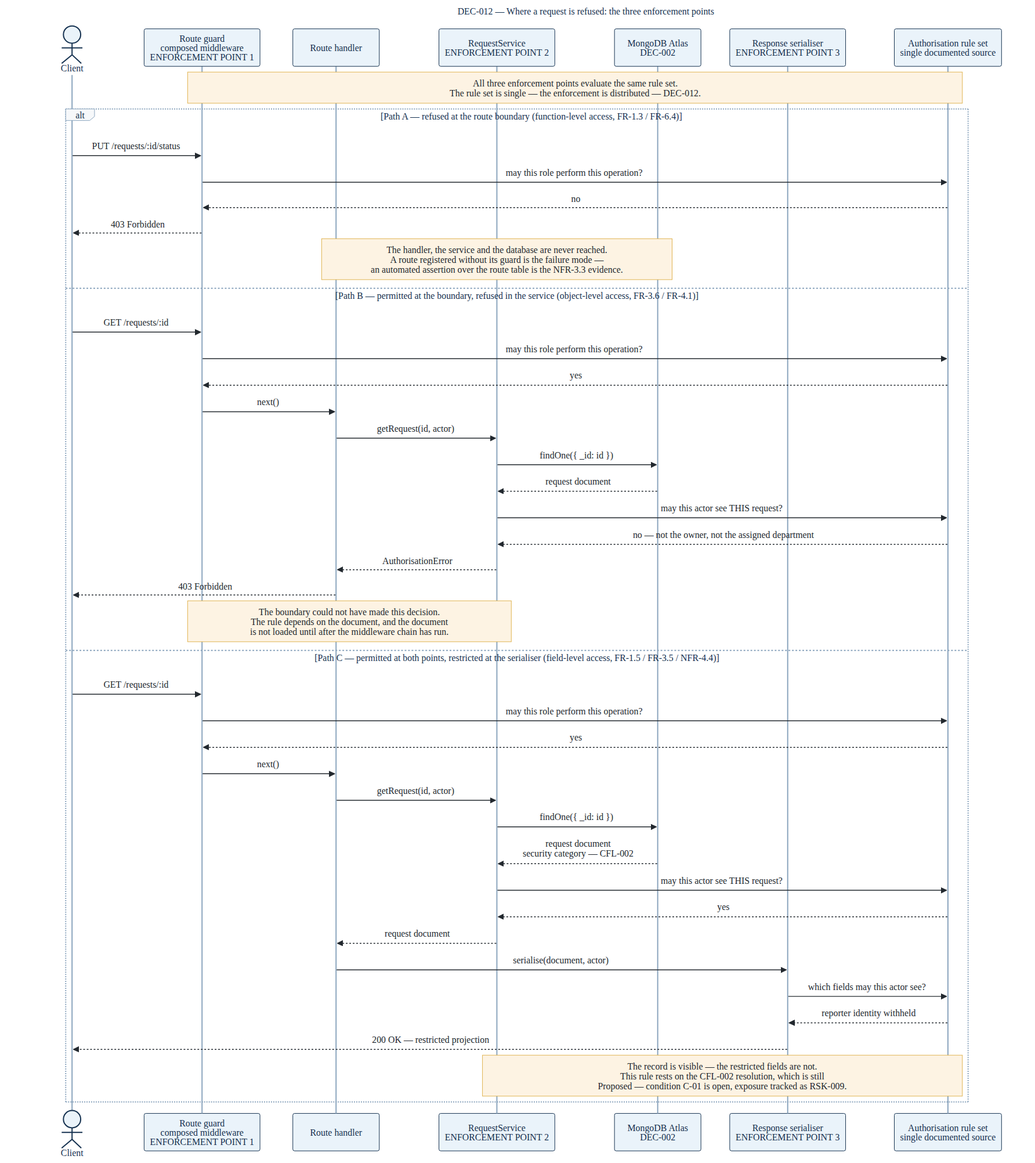
Earlier version of the Mermaid export docs/PED/PED/Media/dec012.png (SEN381-org/Ticketing-System). Its source is kept beside it as docs/decisions/Diagrams/dec012.mmd. The source it was exported from:
```mermaid
---
title: "DEC-012 — Where a request is refused: the three enforcement points"
config:
  theme: base
  themeVariables:
    fontFamily: "Helvetica, Arial, sans-serif"
    primaryColor: "#eaf3fa"
    primaryBorderColor: "#14304f"
    primaryTextColor: "#14304f"
    actorBkg: "#eaf3fa"
    actorBorder: "#14304f"
    actorTextColor: "#14304f"
    actorLineColor: "#8aa4bd"
    signalColor: "#22282e"
    signalTextColor: "#22282e"
    labelBoxBkgColor: "#f6f8fa"
    labelBoxBorderColor: "#8aa4bd"
    labelTextColor: "#14304f"
    noteBkgColor: "#fdf3e3"
    noteBorderColor: "#e0b350"
    noteTextColor: "#22282e"
    sequenceNumberColor: "#ffffff"
    activationBkgColor: "#14304f"
---
sequenceDiagram

  actor C as Client
  participant G as Route guard<br/>composed middleware<br/>ENFORCEMENT POINT 1
  participant H as Route handler
  participant S as RequestService<br/>ENFORCEMENT POINT 2
  participant DB as MongoDB Atlas<br/>DEC-002
  participant Z as Response serialiser<br/>ENFORCEMENT POINT 3
  participant R as Authorisation rule set<br/>single documented source

  Note over G,R: All three enforcement points evaluate the same rule set.<br/>The rule set is single — the enforcement is distributed — DEC-012.

  alt Path A — refused at the route boundary (function-level access, FR-1.3 / FR-6.4)
    C->>G: PUT /requests/:id/status
    G->>R: may this role perform this operation?
    R-->>G: no
    G-->>C: 403 Forbidden
    Note over H,DB: The handler, the service and the database are never reached.<br/>A route registered without its guard is the failure mode —<br/>an automated assertion over the route table is the NFR-3.3 evidence.

  else Path B — permitted at the boundary, refused in the service (object-level access, FR-3.6 / FR-4.1)
    C->>G: GET /requests/:id
    G->>R: may this role perform this operation?
    R-->>G: yes
    G->>H: next()
    H->>S: getRequest(id, actor)
    S->>DB: findOne({ _id: id })
    DB-->>S: request document
    S->>R: may this actor see THIS request?
    R-->>S: no — not the owner, not the assigned department
    S-->>H: AuthorisationError
    H-->>C: 403 Forbidden
    Note over G,S: The boundary could not have made this decision.<br/>The rule depends on the document, and the document<br/>is not loaded until after the middleware chain has run.

  else Path C — permitted at both points, restricted at the serialiser (field-level access, FR-1.5 / FR-3.5 / NFR-4.4)
    C->>G: GET /requests/:id
    G->>R: may this role perform this operation?
    R-->>G: yes
    G->>H: next()
    H->>S: getRequest(id, actor)
    S->>DB: findOne({ _id: id })
    DB-->>S: request document<br/>security category — CFL-002
    S->>R: may this actor see THIS request?
    R-->>S: yes
    S-->>H: request document
    H->>Z: serialise(document, actor)
    Z->>R: which fields may this actor see?
    R-->>Z: reporter identity withheld
    Z-->>C: 200 OK — restricted projection
    Note over S,R: The record is visible — the restricted fields are not.<br/>This rule rests on the CFL-002 resolution, which is still<br/>Proposed — condition C-01 is open, exposure tracked as RSK-009.
  end
```
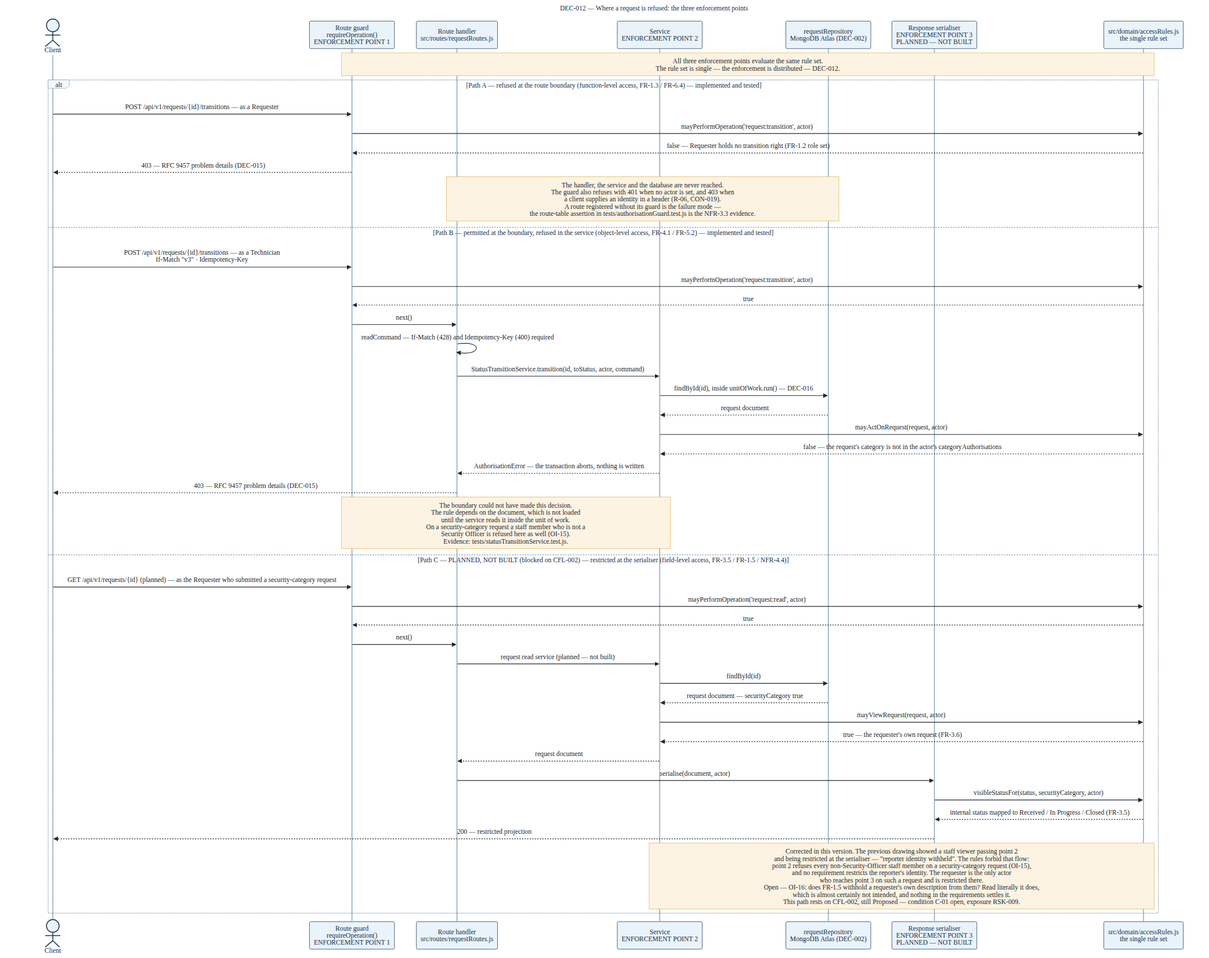
The same diagram one commit later.

Commit message:
Correct the DEC-011 and DEC-012 diagrams against the code

Diff of the diagram source:
```diff
@@ -25,50 +25,51 @@
 sequenceDiagram
 
   actor C as Client
-  participant G as Route guard<br/>composed middleware<br/>ENFORCEMENT POINT 1
-  participant H as Route handler
-  participant S as RequestService<br/>ENFORCEMENT POINT 2
-  participant DB as MongoDB Atlas<br/>DEC-002
-  participant Z as Response serialiser<br/>ENFORCEMENT POINT 3
-  participant R as Authorisation rule set<br/>single documented source
+  participant G as Route guard<br/>requireOperation()<br/>ENFORCEMENT POINT 1
+  participant H as Route handler<br/>src/routes/requestRoutes.js
+  participant S as Service<br/>ENFORCEMENT POINT 2
+  participant DB as requestRepository<br/>MongoDB Atlas (DEC-002)
+  participant Z as Response serialiser<br/>ENFORCEMENT POINT 3<br/>PLANNED — NOT BUILT
+  participant R as src/domain/accessRules.js<br/>the single rule set
 
   Note over G,R: All three enforcement points evaluate the same rule set.<br/>The rule set is single — the enforcement is distributed — DEC-012.
 
-  alt Path A — refused at the route boundary (function-level access, FR-1.3 / FR-6.4)
-    C->>G: PUT /requests/:id/status
-    G->>R: may this role perform this operation?
-    R-->>G: no
-    G-->>C: 403 Forbidden
-    Note over H,DB: The handler, the service and the database are never reached.<br/>A route registered without its guard is the failure mode —<br/>an automated assertion over the route table is the NFR-3.3 evidence.
+  alt Path A — refused at the route boundary (function-level access, FR-1.3 / FR-6.4) — implemented and tested
+    C->>G: POST /api/v1/requests/{id}/transitions — as a Requester
+    G->>R: mayPerformOperation('request:transition', actor)
+    R-->>G: false — Requester holds no transition right (FR-1.2 role set)
+    G-->>C: 403 — RFC 9457 problem details (DEC-015)
+    Note over H,DB: The handler, the service and the database are never reached.<br/>The guard also refuses with 401 when no actor is set, and 403 when<br/>a client supplies an identity in a header (R-06, CON-019).<br/>A route registered without its guard is the failure mode —<br/>the route-table assertion in tests/authorisationGuard.test.js is the NFR-3.3 evidence.
 
-  else Path B — permitted at the boundary, refused in the service (object-level access, FR-3.6 / FR-4.1)
-    C->>G: GET /requests/:id
-    G->>R: may this role perform this operation?
-    R-->>G: yes
+  else Path B — permitted at the boundary, refused in the service (object-level access, FR-4.1 / FR-5.2) — implemented and tested
+    C->>G: POST /api/v1/requests/{id}/transitions — as a Technician<br/>If-Match "v3" · Idempotency-Key
+    G->>R: mayPerformOperation('request:transition', actor)
+    R-->>G: true
     G->>H: next()
-    H->>S: getRequest(id, actor)
-    S->>DB: findOne({ _id: id })
+    H->>H: readCommand — If-Match (428) and Idempotency-Key (400) required
+    H->>S: StatusTransitionService.transition(id, toStatus, actor, command)
+    S->>DB: findById(id), inside unitOfWork.run() — DEC-016
     DB-->>S: request document
-    S->>R: may this actor see THIS request?
-    R-->>S: no — not the owner, not the assigned department
-    S-->>H: AuthorisationError
-    H-->>C: 403 Forbidden
-    Note over G,S: The boundary could not have made this decision.<br/>The rule depends on the document, and the document<br/>is not loaded until after the middleware chain has run.
+    S->>R: mayActOnRequest(request, actor)
+    R-->>S: false — the request's category is not in the actor's categoryAuthorisations
+    S-->>H: AuthorisationError — the transaction aborts, nothing is written
+    H-->>C: 403 — RFC 9457 problem details (DEC-015)
+    Note over G,S: The boundary could not have made this decision.<br/>The rule depends on the document, which is not loaded<br/>until the service reads it inside the unit of work.<br/>On a security-category request a staff member who is not a<br/>Security Officer is refused here as well (OI-15).<br/>Evidence: tests/statusTransitionService.test.js.
 
-  else Path C — permitted at both points, restricted at the serialiser (field-level access, FR-1.5 / FR-3.5 / NFR-4.4)
-    C->>G: GET /requests/:id
-    G->>R: may this role perform this operation?
-    R-->>G: yes
+  else Path C — PLANNED, NOT BUILT (blocked on CFL-002) — restricted at the serialiser (field-level access, FR-3.5 / FR-1.5 / NFR-4.4)
+    C->>G: GET /api/v1/requests/{id} (planned) — as the Requester who submitted a security-category request
+    G->>R: mayPerformOperation('request:read', actor)
+    R-->>G: true
     G->>H: next()
-    H->>S: getRequest(id, actor)
-    S->>DB: findOne({ _id: id })
-    DB-->>S: request document<br/>security category — CFL-002
-    S->>R: may this actor see THIS request?
-    R-->>S: yes
+    H->>S: request read service (planned — not built)
+    S->>DB: findById(id)
+    DB-->>S: request document — securityCategory true
+    S->>R: mayViewRequest(request, actor)
+    R-->>S: true — the requester's own request (FR-3.6)
     S-->>H: request document
     H->>Z: serialise(document, actor)
-    Z->>R: which fields may this actor see?
-    R-->>Z: reporter identity withheld
-    Z-->>C: 200 OK — restricted projection
-    Note over S,R: The record is visible — the restricted fields are not.<br/>This rule rests on the CFL-002 resolution, which is still<br/>Proposed — condition C-01 is open, exposure tracked as RSK-009.
+    Z->>R: visibleStatusFor(status, securityCategory, actor)
+    R-->>Z: internal status mapped to Received / In Progress / Closed (FR-3.5)
+    Z-->>C: 200 — restricted projection
+    Note over S,R: Corrected in this version. The previous drawing showed a staff viewer passing point 2<br/>and being restricted at the serialiser — "reporter identity withheld". The rules forbid that flow:<br/>point 2 refuses every non-Security-Officer staff member on a security-category request (OI-15),<br/>and no requirement restricts the reporter's identity. The requester is the only actor<br/>who reaches point 3 on such a request and is restricted there.<br/>Open — OI-16: does FR-1.5 withhold a requester's own description from them? Read literally it does,<br/>which is almost certainly not intended, and nothing in the requirements settles it.<br/>This path rests on CFL-002, still Proposed — condition C-01 open, exposure RSK-009.
   end
```
